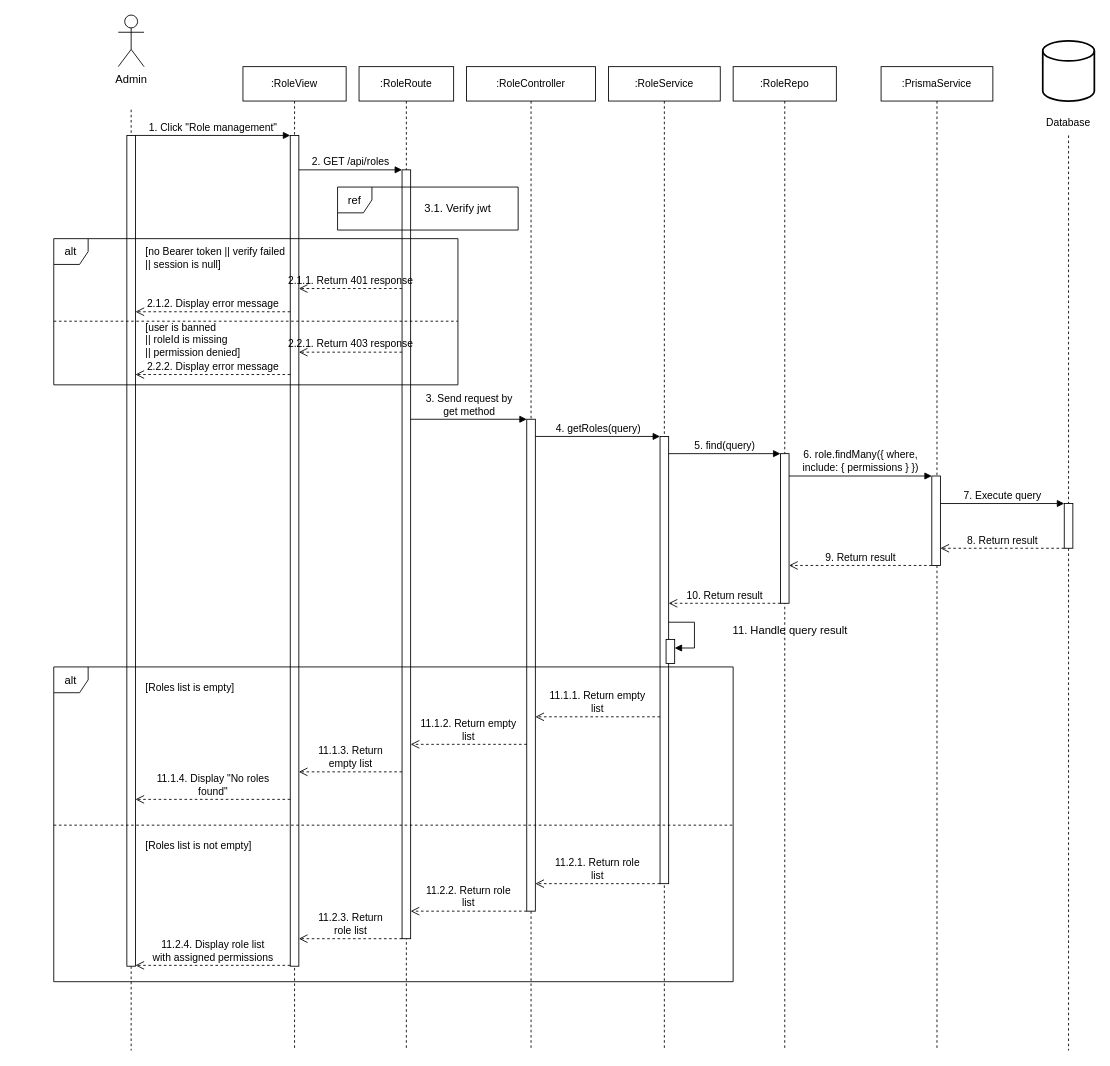
The draw.io diagram sequence-diagrams-remake/tthuan/UC-06_01-view-role-list.drawio in Thunggg/Frevia, before the edit. Source tidied: cells renumbered, new cells numbered last; positions are measured from the earlier drawing's top-left corner, leaving out a move shared by most shapes. Both pictures are drawn from the tidied source at 86%, with x=0, y=0 at pixel (53, 15).
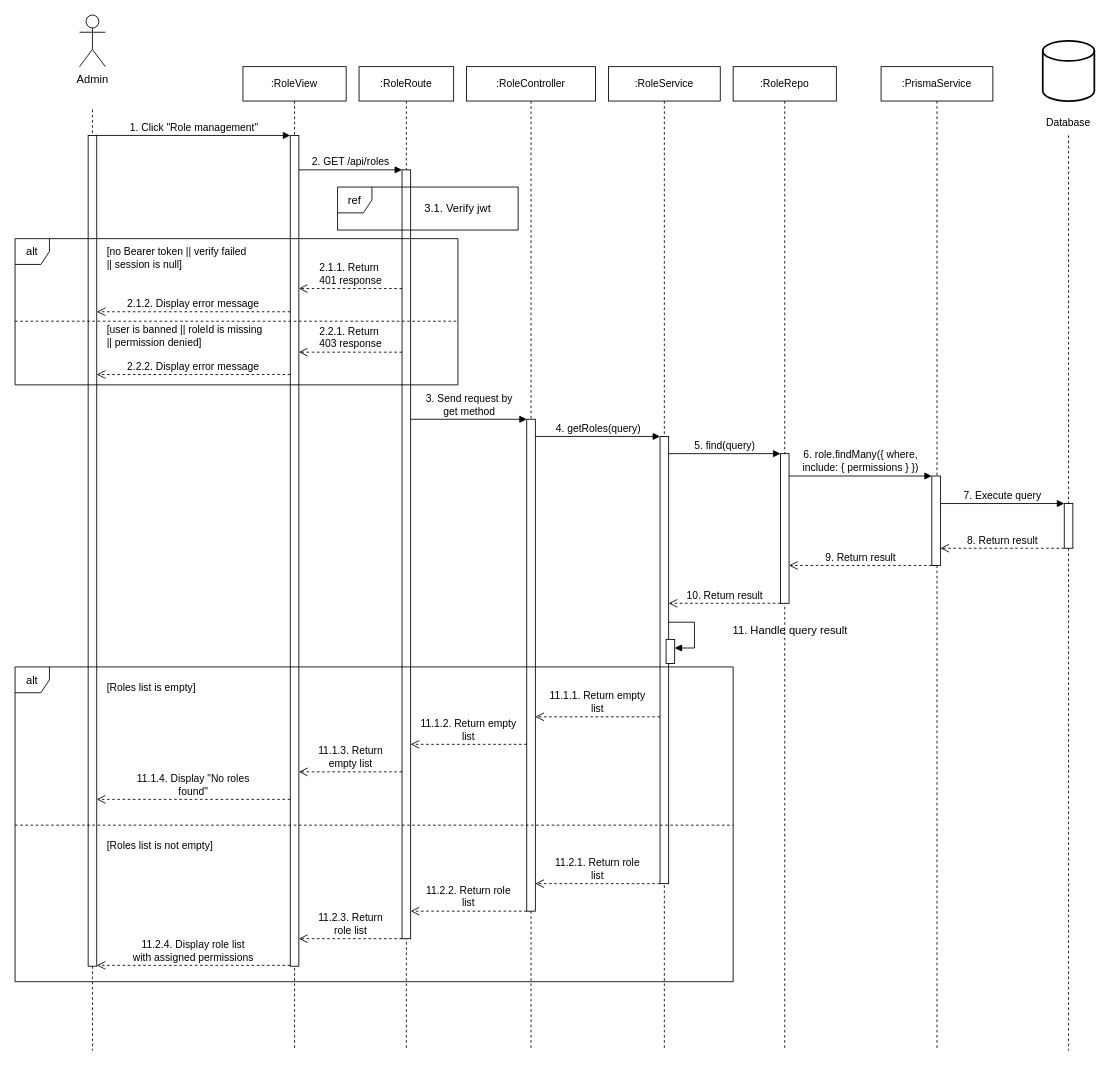
The same diagram, later.

Change to the diagram source:
```diff
@@
     <mxCell id="2" value="Admin" style="shape=umlActor;verticalLabelPosition=bottom;verticalAlign=top;html=1;fontSize=13;labelBackgroundColor=none;" parent="1" vertex="1">
-      <mxGeometry x="75" width="30" height="60" as="geometry" />
+      <mxGeometry x="30" width="30" height="60" as="geometry" />
     </mxCell>
     <mxCell id="3" style="endArrow=none;dashed=1;html=1;rounded=0;fontSize=13;labelBackgroundColor=none;" parent="1" edge="1">
       <mxGeometry relative="1" as="geometry">
-        <mxPoint x="90" y="110" as="sourcePoint" />
-        <mxPoint x="90" y="1204" as="targetPoint" />
+        <mxPoint x="45" y="110" as="sourcePoint" />
+        <mxPoint x="45" y="1204" as="targetPoint" />
       </mxGeometry>
     </mxCell>
@@
     <mxCell id="13" value="[no Bearer token || verify failed&amp;nbsp;&lt;div&gt;|| session is null]&lt;/div&gt;" style="text;html=1;align=left;verticalAlign=middle;whiteSpace=wrap;rounded=0;fontSize=12;strokeColor=none;spacingLeft=3;labelBackgroundColor=none;" parent="1" vertex="1">
-      <mxGeometry x="102" y="270" width="178" height="26" as="geometry" />
+      <mxGeometry x="57" y="270" width="210" height="26" as="geometry" />
     </mxCell>
     <mxCell id="14" value="[Roles list is empty]" style="text;html=1;align=left;verticalAlign=middle;whiteSpace=wrap;rounded=0;fontSize=12;strokeColor=none;spacingLeft=3;labelBackgroundColor=none;" parent="1" vertex="1">
-      <mxGeometry x="102" y="764" width="165" height="36" as="geometry" />
+      <mxGeometry x="57" y="764" width="165" height="36" as="geometry" />
     </mxCell>
     <mxCell id="15" value="[Roles list is not empty]" style="text;html=1;align=left;verticalAlign=middle;whiteSpace=wrap;rounded=0;fontSize=12;strokeColor=none;spacingLeft=3;labelBackgroundColor=none;" parent="1" vertex="1">
-      <mxGeometry x="102" y="948" width="165" height="36" as="geometry" />
+      <mxGeometry x="57" y="948" width="165" height="36" as="geometry" />
     </mxCell>
     <mxCell id="16" style="html=1;perimeter=orthogonalPerimeter;targetShapes=umlLifeline;newEdgeStyle={&quot;curved&quot;:0,&quot;rounded&quot;:0};labelBackgroundColor=none;" parent="1" vertex="1">
-      <mxGeometry x="85" y="140" width="10" height="966" as="geometry" />
+      <mxGeometry x="40" y="140" width="10" height="966" as="geometry" />
     </mxCell>
@@
     <mxCell id="24" value="1. Click &quot;Role management&quot;" style="html=1;verticalAlign=bottom;endArrow=block;curved=0;rounded=0;fontSize=12;labelBackgroundColor=none;" parent="1" edge="1">
       <mxGeometry relative="1" as="geometry">
-        <mxPoint x="95" y="140" as="sourcePoint" />
+        <mxPoint x="50" y="140" as="sourcePoint" />
         <mxPoint x="275" y="140" as="targetPoint" />
       </mxGeometry>
     </mxCell>
@@
-    <mxCell id="26" value="2.1.1. Return 401 response" style="html=1;verticalAlign=bottom;endArrow=open;dashed=1;endSize=8;curved=0;rounded=0;fontSize=12;labelBackgroundColor=none;" parent="1" edge="1">
+    <mxCell id="26" value="2.1.1. Return&amp;nbsp;&lt;div&gt;401 response&lt;/div&gt;" style="html=1;verticalAlign=bottom;endArrow=open;dashed=1;endSize=8;curved=0;rounded=0;fontSize=12;labelBackgroundColor=none;" parent="1" edge="1">
       <mxGeometry relative="1" as="geometry">
         <mxPoint x="405" y="318" as="sourcePoint" />
         <mxPoint x="285" y="318" as="targetPoint" />
       </mxGeometry>
     </mxCell>
     <mxCell id="27" value="2.1.2. Display error message" style="html=1;verticalAlign=bottom;endArrow=open;dashed=1;endSize=8;curved=0;rounded=0;fontSize=12;labelBackgroundColor=none;" parent="1" edge="1">
       <mxGeometry relative="1" as="geometry">
         <mxPoint x="275" y="345" as="sourcePoint" />
-        <mxPoint x="95" y="345" as="targetPoint" />
+        <mxPoint x="50" y="345" as="targetPoint" />
       </mxGeometry>
     </mxCell>
     <mxCell id="28" style="endArrow=none;dashed=1;html=1;rounded=0;labelBackgroundColor=none;" parent="1" edge="1">
       <mxGeometry relative="1" as="geometry">
-        <mxPoint y="356" as="sourcePoint" />
+        <mxPoint x="-45" y="356" as="sourcePoint" />
         <mxPoint x="470" y="356" as="targetPoint" />
       </mxGeometry>
     </mxCell>
-    <mxCell id="29" value="[user is banned&amp;nbsp;&lt;div&gt;|| roleId is missing&amp;nbsp;&lt;/div&gt;&lt;div&gt;|| permission denied]&lt;/div&gt;" style="text;html=1;align=left;verticalAlign=middle;whiteSpace=wrap;rounded=0;fontSize=12;strokeColor=none;spacingLeft=3;labelBackgroundColor=none;" parent="1" vertex="1">
-      <mxGeometry x="102" y="357" width="170" height="42" as="geometry" />
+    <mxCell id="29" value="[user is banned || roleId is missing&amp;nbsp;&lt;div&gt;|| permission denied]&lt;/div&gt;" style="text;html=1;align=left;verticalAlign=middle;whiteSpace=wrap;rounded=0;fontSize=12;strokeColor=none;spacingLeft=3;labelBackgroundColor=none;" parent="1" vertex="1">
+      <mxGeometry x="57" y="357" width="208" height="32" as="geometry" />
     </mxCell>
-    <mxCell id="30" value="2.2.1. Return 403 response" style="html=1;verticalAlign=bottom;endArrow=open;dashed=1;endSize=8;curved=0;rounded=0;fontSize=12;labelBackgroundColor=none;" parent="1" edge="1">
+    <mxCell id="30" value="2.2.1. Return&amp;nbsp;&lt;div&gt;403 response&lt;/div&gt;" style="html=1;verticalAlign=bottom;endArrow=open;dashed=1;endSize=8;curved=0;rounded=0;fontSize=12;labelBackgroundColor=none;" parent="1" edge="1">
       <mxGeometry relative="1" as="geometry">
         <mxPoint x="405" y="392" as="sourcePoint" />
         <mxPoint x="285" y="392" as="targetPoint" />
       </mxGeometry>
     </mxCell>
     <mxCell id="31" value="2.2.2. Display error message" style="html=1;verticalAlign=bottom;endArrow=open;dashed=1;endSize=8;curved=0;rounded=0;fontSize=12;labelBackgroundColor=none;" parent="1" edge="1">
       <mxGeometry relative="1" as="geometry">
         <mxPoint x="275" y="418" as="sourcePoint" />
-        <mxPoint x="95" y="418" as="targetPoint" />
+        <mxPoint x="50" y="418" as="targetPoint" />
       </mxGeometry>
     </mxCell>
@@
     <mxCell id="43" value="11.1.4. Display &quot;No roles&lt;br&gt;found&quot;" style="html=1;verticalAlign=bottom;endArrow=open;dashed=1;endSize=8;curved=0;rounded=0;fontSize=12;labelBackgroundColor=none;" parent="1" edge="1">
       <mxGeometry relative="1" as="geometry">
         <mxPoint x="275" y="912" as="sourcePoint" />
-        <mxPoint x="95" y="912" as="targetPoint" />
+        <mxPoint x="50" y="912" as="targetPoint" />
       </mxGeometry>
     </mxCell>
@@
     <mxCell id="47" value="11.2.4. Display role list&lt;br&gt;with assigned permissions" style="html=1;verticalAlign=bottom;endArrow=open;dashed=1;endSize=8;curved=0;rounded=0;fontSize=12;labelBackgroundColor=none;" parent="1" edge="1">
       <mxGeometry relative="1" as="geometry">
         <mxPoint x="275" y="1105" as="sourcePoint" />
-        <mxPoint x="95" y="1105" as="targetPoint" />
+        <mxPoint x="50" y="1105" as="targetPoint" />
       </mxGeometry>
     </mxCell>
@@
     <mxCell id="52" value="alt" style="shape=umlFrame;whiteSpace=wrap;html=1;width=40;height=30;fontSize=13;fillColor=none;labelBackgroundColor=none;" parent="1" vertex="1">
-      <mxGeometry y="758" width="790" height="366" as="geometry" />
+      <mxGeometry x="-45" y="758" width="835" height="366" as="geometry" />
     </mxCell>
     <mxCell id="53" style="endArrow=none;dashed=1;html=1;rounded=0;fontSize=13;labelBackgroundColor=none;" parent="1" edge="1">
       <mxGeometry relative="1" as="geometry">
-        <mxPoint y="942" as="sourcePoint" />
+        <mxPoint x="-45" y="942" as="sourcePoint" />
         <mxPoint x="790" y="942" as="targetPoint" />
       </mxGeometry>
     </mxCell>
     <mxCell id="54" value="alt" style="shape=umlFrame;whiteSpace=wrap;html=1;width=40;height=30;fontSize=13;fillColor=none;labelBackgroundColor=none;" parent="1" vertex="1">
-      <mxGeometry y="260" width="470" height="170" as="geometry" />
+      <mxGeometry x="-45" y="260" width="515" height="170" as="geometry" />
     </mxCell>
```
